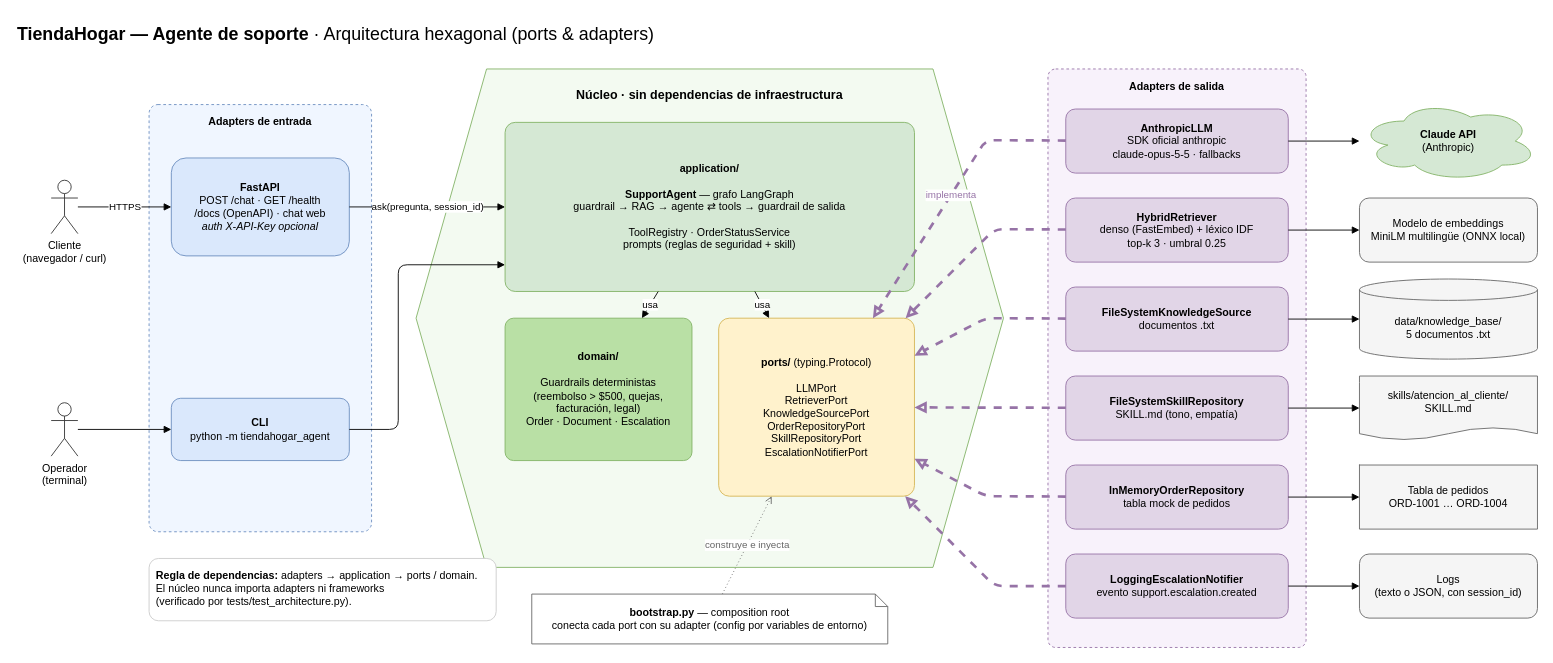
The draw.io diagram page "1. Arquitectura hexagonal" (1 of 3) of docs/arquitectura.drawio in megadethwars/lopez_leonel_prueba_aiengineer, before the edit. Source tidied: cells renumbered, new cells numbered last; positions are measured from the earlier drawing's top-left corner, leaving out a move shared by most shapes. Both pictures are drawn from the tidied source at 89%, with x=0, y=0 at pixel (15, 15).
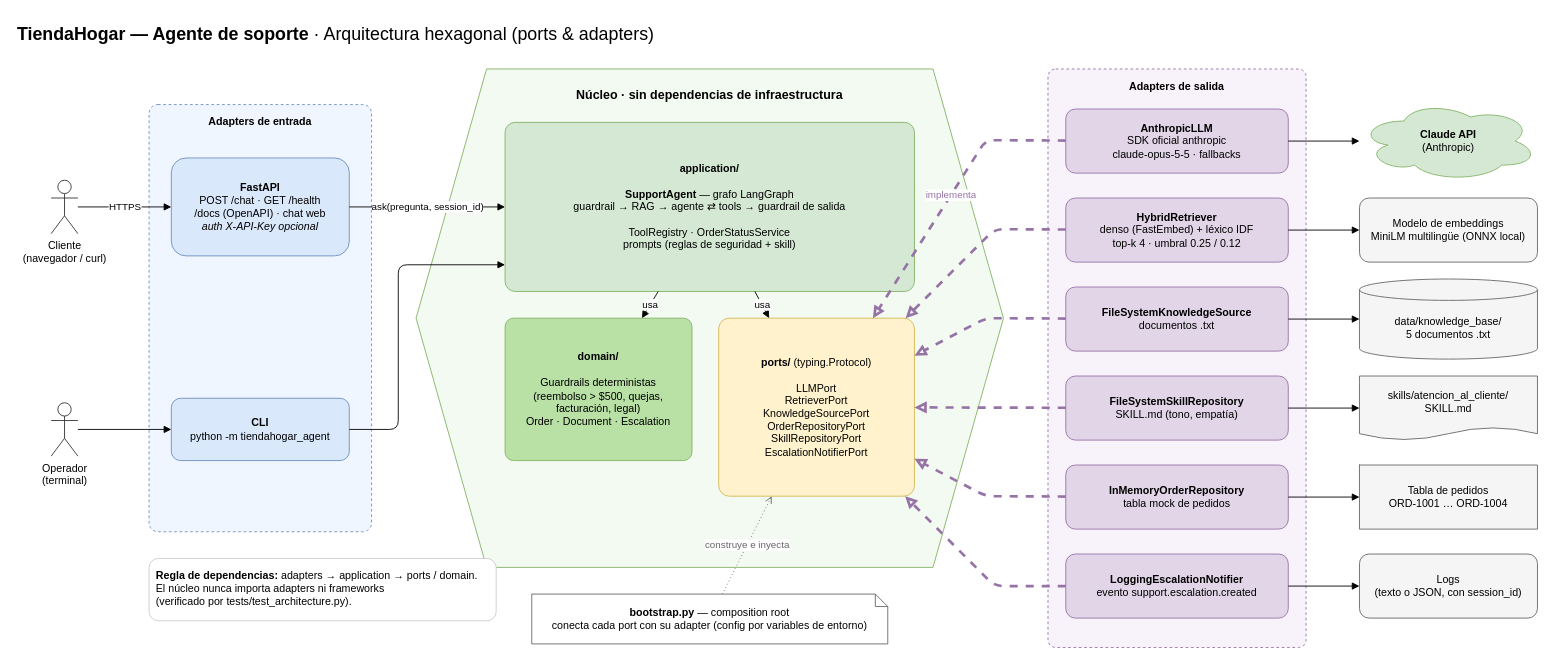
The same page after the edit.

What changed in the source:
```diff
@@
-    <mxCell id="15" value="&lt;b&gt;HybridRetriever&lt;/b&gt;&lt;br&gt;denso (FastEmbed) + léxico IDF&lt;br&gt;top-k 3 · umbral 0.25" style="rounded=1;whiteSpace=wrap;html=1;fillColor=#e1d5e7;strokeColor=#9673a6;" parent="1" vertex="1">
+    <mxCell id="15" value="&lt;b&gt;HybridRetriever&lt;/b&gt;&lt;br&gt;denso (FastEmbed) + léxico IDF&lt;br&gt;top-k 4 · umbral 0.25 / 0.12" style="rounded=1;whiteSpace=wrap;html=1;fillColor=#e1d5e7;strokeColor=#9673a6;" parent="1" vertex="1">
       <mxGeometry x="1180" y="205" width="250" height="72" as="geometry" />
     </mxCell>
```
